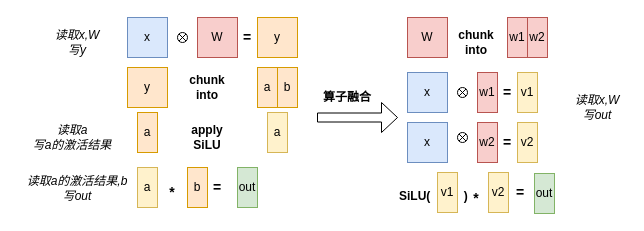
The draw.io diagram assets/gated_linear_unit算子融合.drawio in ShizhongP/dl-notes, before the edit. Source tidied: cells renumbered, new cells numbered last; positions are measured from the earlier drawing's top-left corner, leaving out a move shared by most shapes. Both pictures are drawn from the tidied source at 100%, with x=0, y=0 at pixel (17, 17).
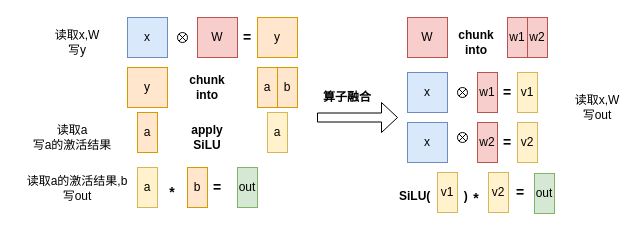
The same diagram, later.

Commit message:
更新gated_linear_unit算子融合.drawio

What changed in the source:
```diff
@@
-    <mxCell id="41" value="&lt;div&gt;&lt;i&gt;读取x,W&lt;/i&gt;&lt;/div&gt;&lt;div&gt;&lt;i&gt;写y&lt;/i&gt;&lt;/div&gt;" style="text;html=1;align=center;verticalAlign=middle;whiteSpace=wrap;rounded=0;" parent="1" vertex="1">
+    <mxCell id="41" value="&lt;div&gt;&lt;span style=&quot;font-style: normal;&quot;&gt;读取x,W&lt;/span&gt;&lt;/div&gt;&lt;div&gt;&lt;span style=&quot;font-style: normal;&quot;&gt;写y&lt;/span&gt;&lt;/div&gt;" style="text;html=1;align=center;verticalAlign=middle;whiteSpace=wrap;rounded=0;fontStyle=2;" parent="1" vertex="1">
       <mxGeometry x="30" y="10" width="60" height="30" as="geometry" />
     </mxCell>
-    <mxCell id="42" value="&lt;div&gt;&lt;i&gt;读取a&lt;/i&gt;&lt;/div&gt;&lt;div&gt;&lt;i&gt;写a的激活结果&lt;/i&gt;&lt;/div&gt;" style="text;html=1;align=center;verticalAlign=middle;whiteSpace=wrap;rounded=0;" parent="1" vertex="1">
+    <mxCell id="42" value="&lt;div&gt;读取a&lt;/div&gt;&lt;div&gt;写a的激活结果&lt;/div&gt;" style="text;html=1;align=center;verticalAlign=middle;whiteSpace=wrap;rounded=0;" parent="1" vertex="1">
       <mxGeometry x="10" y="105" width="90" height="30" as="geometry" />
     </mxCell>
-    <mxCell id="43" value="&lt;div&gt;&lt;i&gt;读取a的激活结果,b&lt;/i&gt;&lt;/div&gt;&lt;div&gt;&lt;i&gt;写out&lt;/i&gt;&lt;/div&gt;" style="text;html=1;align=center;verticalAlign=middle;whiteSpace=wrap;rounded=0;" parent="1" vertex="1">
+    <mxCell id="43" value="&lt;div&gt;读取a的激活结果,b&lt;/div&gt;&lt;div&gt;写out&lt;/div&gt;" style="text;html=1;align=center;verticalAlign=middle;whiteSpace=wrap;rounded=0;" parent="1" vertex="1">
       <mxGeometry y="156" width="120" height="30" as="geometry" />
     </mxCell>
-    <mxCell id="44" value="&lt;div&gt;&lt;i&gt;读取x,W&lt;/i&gt;&lt;/div&gt;&lt;div&gt;&lt;i&gt;写out&lt;/i&gt;&lt;/div&gt;" style="text;html=1;align=center;verticalAlign=middle;whiteSpace=wrap;rounded=0;" parent="1" vertex="1">
+    <mxCell id="44" value="&lt;div&gt;读取x,W&lt;/div&gt;&lt;div&gt;写out&lt;/div&gt;" style="text;html=1;align=center;verticalAlign=middle;whiteSpace=wrap;rounded=0;" parent="1" vertex="1">
       <mxGeometry x="550" y="75" width="60" height="30" as="geometry" />
     </mxCell>
```
